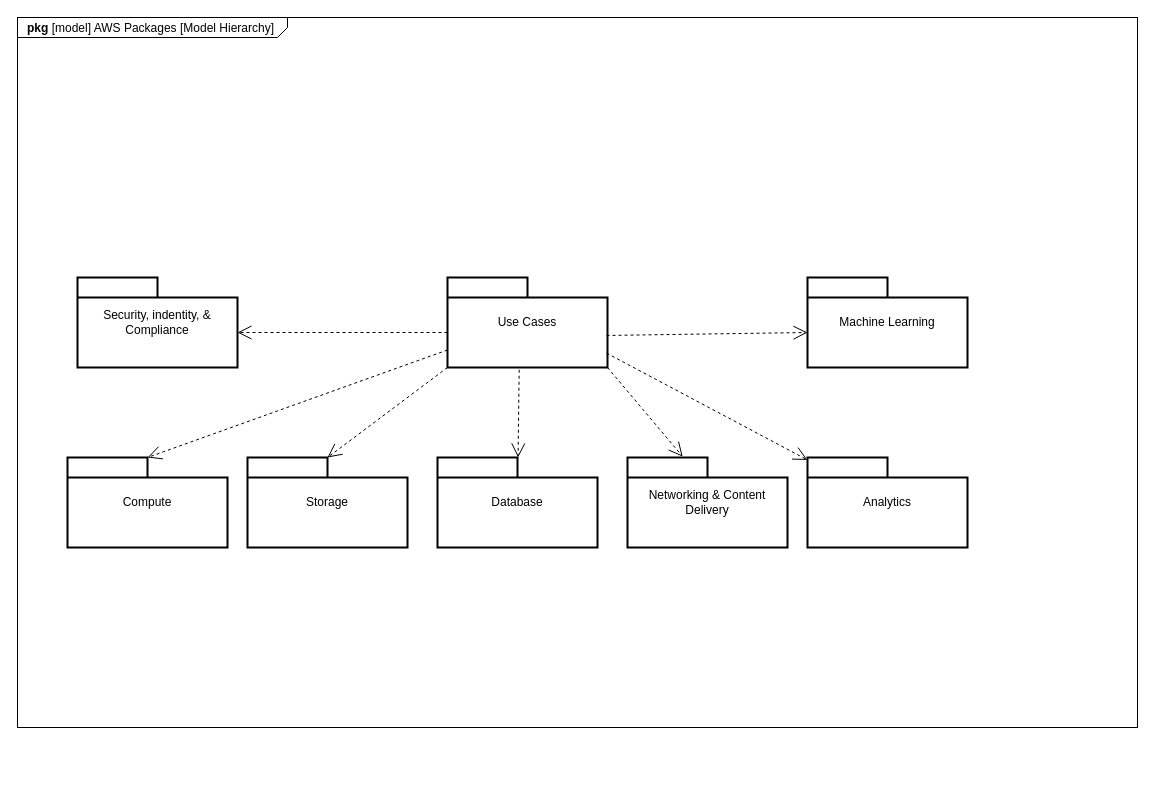
This is AWS Packages/AWS Packages.drawio from JeffreyWerth/AWS-Architecture-Model-Repository, a draw.io file, before an edit. Source tidied: cells renumbered, new cells numbered last; positions are measured from the earlier drawing's top-left corner, leaving out a move shared by most shapes. Both pictures are drawn from the tidied source at 100%, with x=0, y=0 at pixel (17, 17).
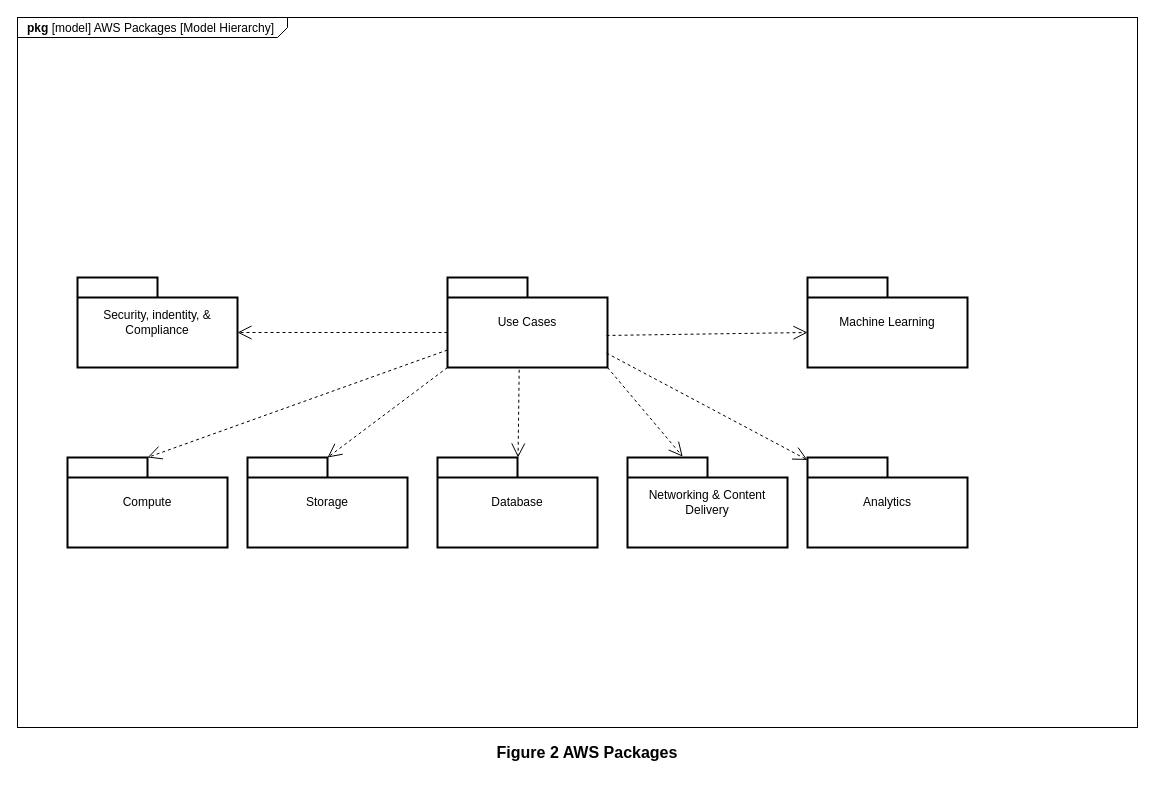
Above is the later version.

Commit message (it also covers changes not shown here):
Annotated Figure 2

The edit, as a diff of the source:
```diff
@@
 <mxGraphModel>
   <root>
     <mxCell id="0" />
     <mxCell id="1" parent="0" />
     <mxCell id="2" value="&lt;p style=&quot;margin: 0px ; margin-top: 4px ; margin-left: 10px ; text-align: left&quot;&gt;&lt;b&gt;pkg&lt;/b&gt; [model] AWS Packages [Model Hierarchy]&lt;/p&gt;" style="html=1;strokeWidth=1;shape=mxgraph.sysml.package;html=1;overflow=fill;whiteSpace=wrap;fillColor=none;gradientColor=none;fontSize=12;align=center;labelX=270;" parent="1" vertex="1">
       <mxGeometry width="1120" height="710" as="geometry" />
     </mxCell>
     <mxCell id="3" value="Compute" style="shape=folder;tabWidth=80;tabHeight=20;tabPosition=left;strokeWidth=2;html=1;whiteSpace=wrap;align=center;" parent="1" vertex="1">
       <mxGeometry x="50" y="440" width="160" height="90" as="geometry" />
     </mxCell>
     <mxCell id="4" value="Storage" style="shape=folder;tabWidth=80;tabHeight=20;tabPosition=left;strokeWidth=2;html=1;whiteSpace=wrap;align=center;" parent="1" vertex="1">
       <mxGeometry x="230" y="440" width="160" height="90" as="geometry" />
     </mxCell>
     <mxCell id="5" value="Database" style="shape=folder;tabWidth=80;tabHeight=20;tabPosition=left;strokeWidth=2;html=1;whiteSpace=wrap;align=center;" parent="1" vertex="1">
       <mxGeometry x="420" y="440" width="160" height="90" as="geometry" />
     </mxCell>
     <mxCell id="6" value="Use Cases" style="shape=folder;tabWidth=80;tabHeight=20;tabPosition=left;strokeWidth=2;html=1;whiteSpace=wrap;align=center;" parent="1" vertex="1">
       <mxGeometry x="430" y="260" width="160" height="90" as="geometry" />
     </mxCell>
     <mxCell id="7" value="Networking &amp;amp; Content Delivery" style="shape=folder;tabWidth=80;tabHeight=20;tabPosition=left;strokeWidth=2;html=1;whiteSpace=wrap;align=center;" parent="1" vertex="1">
       <mxGeometry x="610" y="440" width="160" height="90" as="geometry" />
     </mxCell>
     <mxCell id="8" value="Analytics" style="shape=folder;tabWidth=80;tabHeight=20;tabPosition=left;strokeWidth=2;html=1;whiteSpace=wrap;align=center;" parent="1" vertex="1">
       <mxGeometry x="790" y="440" width="160" height="90" as="geometry" />
     </mxCell>
     <mxCell id="9" value="Machine Learning" style="shape=folder;tabWidth=80;tabHeight=20;tabPosition=left;strokeWidth=2;html=1;whiteSpace=wrap;align=center;" parent="1" vertex="1">
       <mxGeometry x="790" y="260" width="160" height="90" as="geometry" />
     </mxCell>
     <mxCell id="10" value="Security, indentity, &amp;amp; Compliance" style="shape=folder;tabWidth=80;tabHeight=20;tabPosition=left;strokeWidth=2;html=1;whiteSpace=wrap;align=center;" parent="1" vertex="1">
       <mxGeometry x="60" y="260" width="160" height="90" as="geometry" />
     </mxCell>
     <mxCell id="11" style="edgeStyle=none;html=1;endArrow=open;endSize=12;dashed=1;verticalAlign=bottom;rounded=0;exitX=0;exitY=0;exitDx=0;exitDy=55;exitPerimeter=0;entryX=0;entryY=0;entryDx=160;entryDy=55;entryPerimeter=0;" parent="1" edge="1" source="6" target="10">
       <mxGeometry relative="1" as="geometry" />
     </mxCell>
     <mxCell id="12" style="edgeStyle=none;html=1;endArrow=open;endSize=12;dashed=1;verticalAlign=bottom;rounded=0;exitX=0;exitY=0;exitDx=0;exitDy=72.5;exitPerimeter=0;entryX=0;entryY=0;entryDx=80;entryDy=0;entryPerimeter=0;" parent="1" edge="1" source="6" target="3">
       <mxGeometry relative="1" as="geometry" />
     </mxCell>
     <mxCell id="13" style="edgeStyle=none;html=1;endArrow=open;endSize=12;dashed=1;verticalAlign=bottom;rounded=0;entryX=0;entryY=0;entryDx=80;entryDy=0;entryPerimeter=0;exitX=0;exitY=0;exitDx=0;exitDy=90;exitPerimeter=0;" parent="1" edge="1" source="6" target="4">
       <mxGeometry relative="1" as="geometry" />
     </mxCell>
     <mxCell id="14" style="edgeStyle=none;html=1;endArrow=open;endSize=12;dashed=1;verticalAlign=bottom;rounded=0;exitX=0.448;exitY=1.025;exitDx=0;exitDy=0;exitPerimeter=0;" parent="1" edge="1" source="6" target="5">
       <mxGeometry relative="1" as="geometry" />
     </mxCell>
     <mxCell id="15" style="edgeStyle=none;html=1;endArrow=open;endSize=12;dashed=1;verticalAlign=bottom;rounded=0;entryX=0.345;entryY=-0.01;entryDx=0;entryDy=0;entryPerimeter=0;exitX=0;exitY=0;exitDx=160;exitDy=90;exitPerimeter=0;" parent="1" edge="1" source="6" target="7">
       <mxGeometry relative="1" as="geometry" />
     </mxCell>
     <mxCell id="16" style="edgeStyle=none;html=1;endArrow=open;endSize=12;dashed=1;verticalAlign=bottom;rounded=0;exitX=0.994;exitY=0.84;exitDx=0;exitDy=0;exitPerimeter=0;" parent="1" edge="1" source="6" target="8">
       <mxGeometry relative="1" as="geometry" />
     </mxCell>
     <mxCell id="17" style="edgeStyle=none;html=1;endArrow=open;endSize=12;dashed=1;verticalAlign=bottom;rounded=0;entryX=0;entryY=0;entryDx=0;entryDy=55;entryPerimeter=0;exitX=0.994;exitY=0.644;exitDx=0;exitDy=0;exitPerimeter=0;" parent="1" edge="1" source="6" target="9">
       <mxGeometry relative="1" as="geometry" />
     </mxCell>
+    <mxCell id="18" value="&lt;font style=&quot;font-size: 16px;&quot;&gt;Figure 2 AWS Packages&lt;/font&gt;" style="text;html=1;strokeColor=none;fillColor=none;align=center;verticalAlign=middle;whiteSpace=wrap;rounded=0;fontStyle=1;fontSize=16;" parent="1" vertex="1">
+      <mxGeometry x="450" y="720" width="240" height="30" as="geometry" />
+    </mxCell>
   </root>
 </mxGraphModel>
```
